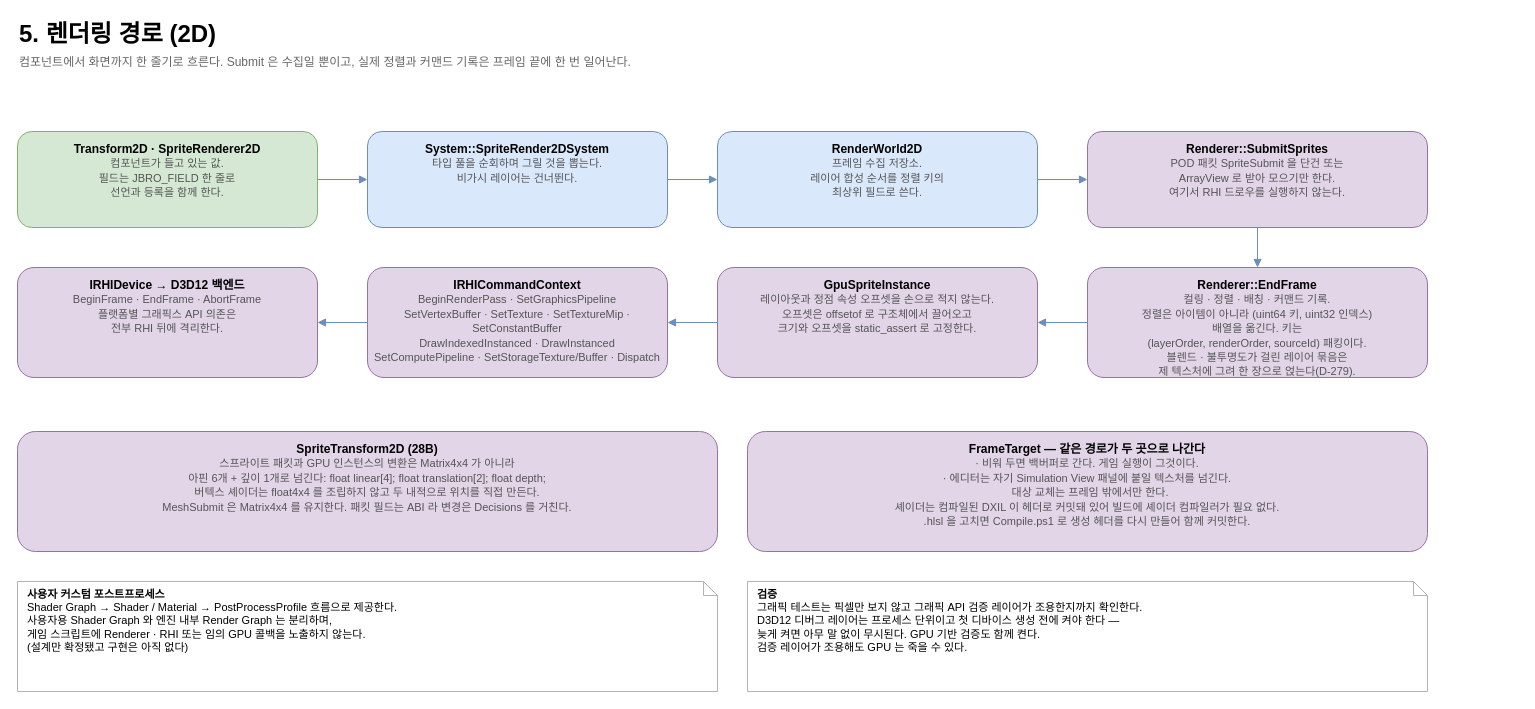
This is page "5. 렌더링 경로 (2D)" (5 of 6) of docs/JBroEngine.drawio.xml from taku7664/JBroEngine, a draw.io file, before an edit. Source tidied: cells renumbered, new cells numbered last; positions are measured from the earlier drawing's top-left corner, leaving out a move shared by most shapes. Both pictures are drawn from the tidied source at 100%, with x=0, y=0 at pixel (17, 17).
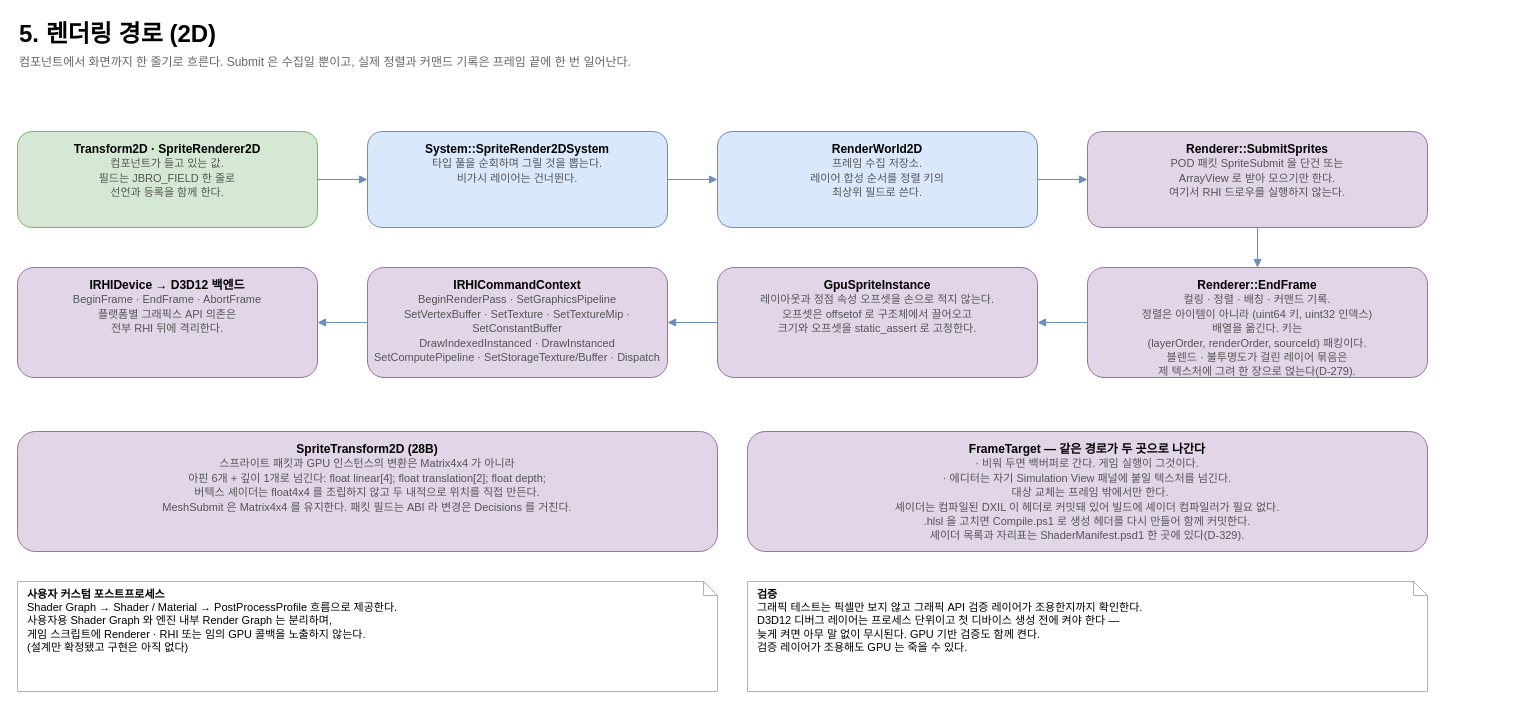
The same page after the edit.

Diff of the diagram source:
```diff
@@
-    <mxCell id="20" value="&lt;b&gt;FrameTarget  —  같은 경로가 두 곳으로 나간다&lt;/b&gt;&lt;br&gt;&lt;font color=&quot;#555555&quot; style=&quot;font-size:11px&quot;&gt;· 비워 두면 백버퍼로 간다. 게임 실행이 그것이다.&lt;br&gt;· 에디터는 자기 Simulation View 패널에 붙일 텍스처를 넘긴다.&lt;br&gt;&amp;nbsp;&amp;nbsp;대상 교체는 프레임 밖에서만 한다.&lt;br&gt;셰이더는 컴파일된 DXIL 이 헤더로 커밋돼 있어 빌드에 셰이더 컴파일러가 필요 없다.&lt;br&gt;.hlsl 을 고치면 Compile.ps1 로 생성 헤더를 다시 만들어 함께 커밋한다.&lt;/font&gt;" style="rounded=1;whiteSpace=wrap;html=1;fontSize=12;verticalAlign=top;spacingTop=4;fillColor=#e1d5e7;strokeColor=#9673a6;" parent="1" vertex="1">
+    <mxCell id="20" value="&lt;b&gt;FrameTarget  —  같은 경로가 두 곳으로 나간다&lt;/b&gt;&lt;br&gt;&lt;font color=&quot;#555555&quot; style=&quot;font-size:11px&quot;&gt;· 비워 두면 백버퍼로 간다. 게임 실행이 그것이다.&lt;br&gt;· 에디터는 자기 Simulation View 패널에 붙일 텍스처를 넘긴다.&lt;br&gt;&amp;nbsp;&amp;nbsp;대상 교체는 프레임 밖에서만 한다.&lt;br&gt;셰이더는 컴파일된 DXIL 이 헤더로 커밋돼 있어 빌드에 셰이더 컴파일러가 필요 없다.&lt;br&gt;.hlsl 을 고치면 Compile.ps1 로 생성 헤더를 다시 만들어 함께 커밋한다.&lt;br&gt;셰이더 목록과 자리표는 ShaderManifest.psd1 한 곳에 있다(D-329).&lt;/font&gt;" style="rounded=1;whiteSpace=wrap;html=1;fontSize=12;verticalAlign=top;spacingTop=4;fillColor=#e1d5e7;strokeColor=#9673a6;" parent="1" vertex="1">
       <mxGeometry x="730" y="414" width="680" height="120" as="geometry" />
     </mxCell>
```
